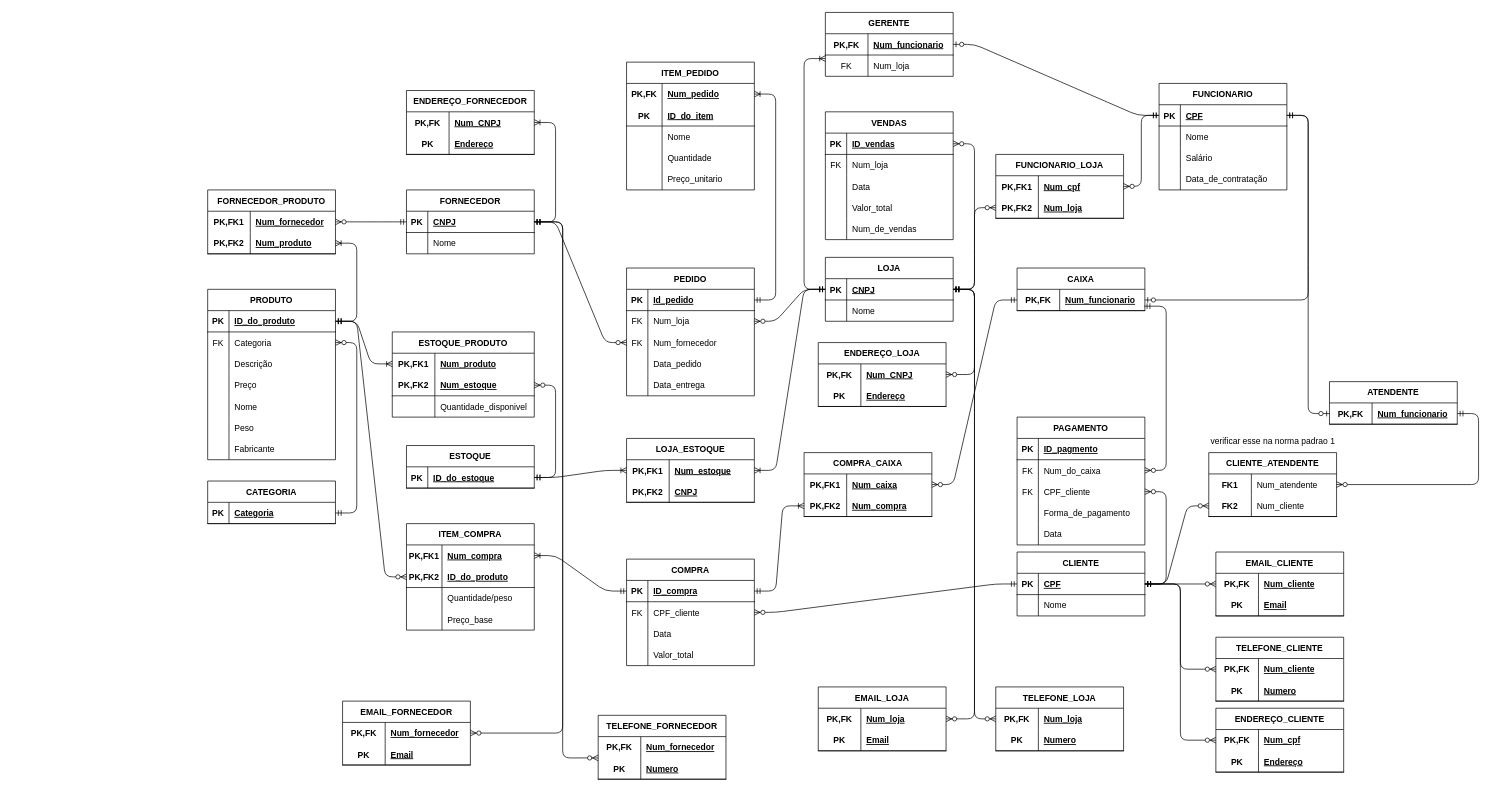
Above: DIagrama_re.drawio in MarcosWillianAP1K/Trabai-de-BD (draw.io), before the change. Source tidied: cells renumbered, new cells numbered last; positions are measured from the earlier drawing's top-left corner, leaving out a move shared by most shapes. Both pictures are drawn from the tidied source at 71%, with x=0, y=0 at pixel (207, 12).
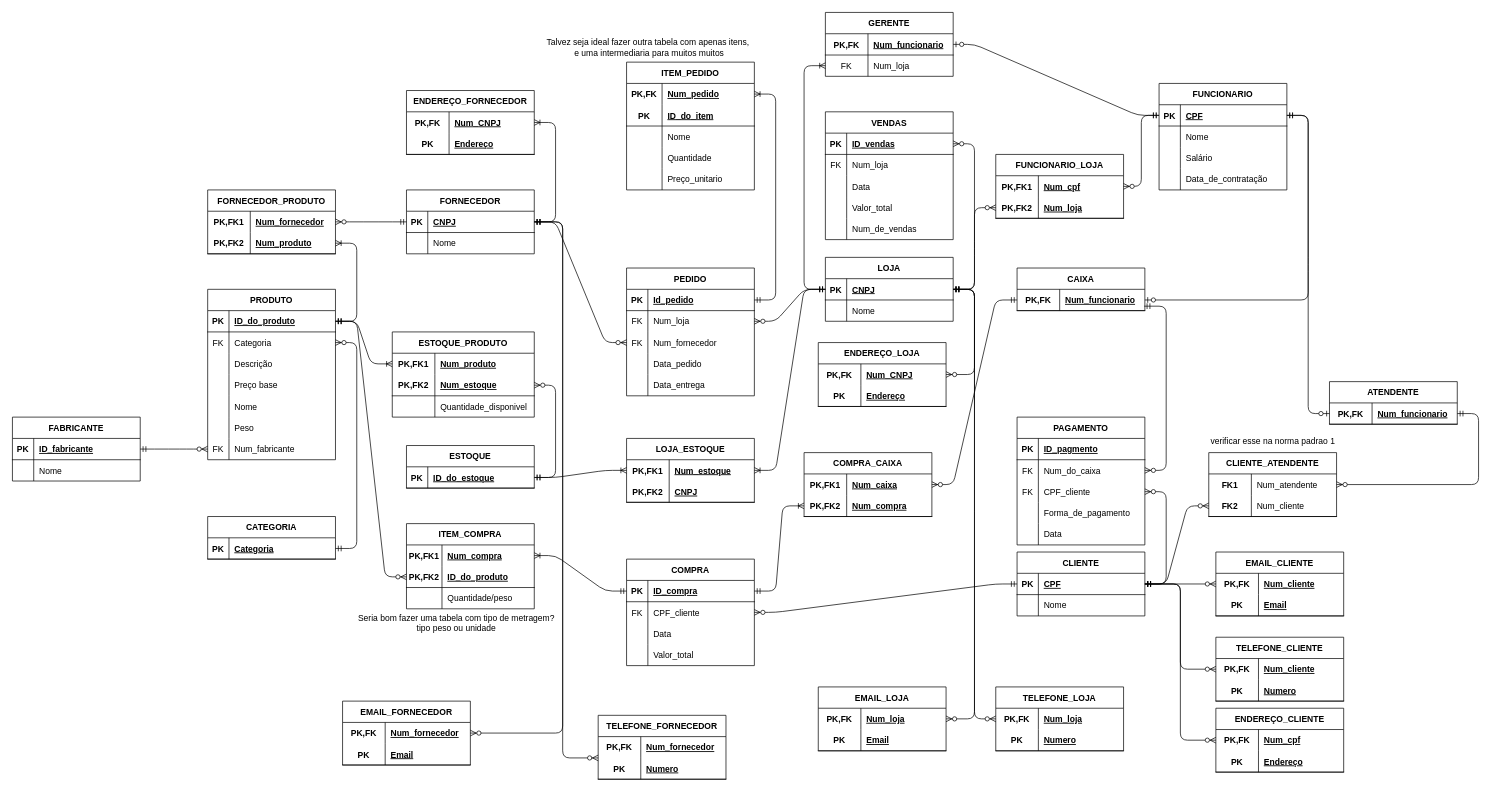
The same page after the edit.

Unchanged cells that the change refers to:
```xml
<mxCell id="3" style="shape=tableRow;horizontal=0;startSize=0;swimlaneHead=0;swimlaneBody=0;fillColor=none;points=[[0,0.5],[1,0.5]];portConstraint=eastwest;top=0;left=0;right=0;bottom=1;" parent="2" vertex="1">
  <mxGeometry y="30" width="180" height="30" as="geometry" />
</mxCell>
<mxCell id="72" style="shape=tableRow;horizontal=0;startSize=0;swimlaneHead=0;swimlaneBody=0;fillColor=none;top=0;left=0;right=0;bottom=0;" parent="62" vertex="1">
  <mxGeometry y="120" width="180" height="30" as="geometry" />
</mxCell>
<mxCell id="81" style="shape=tableRow;horizontal=0;startSize=0;swimlaneHead=0;swimlaneBody=0;fillColor=none;points=[[0,0.5],[1,0.5]];portConstraint=eastwest;top=0;left=0;right=0;bottom=0;" parent="62" vertex="1">
  <mxGeometry y="210" width="180" height="30" as="geometry" />
</mxCell>
<mxCell id="186" style="shape=tableRow;horizontal=0;startSize=0;swimlaneHead=0;swimlaneBody=0;fillColor=none;points=[[0,0.5],[1,0.5]];portConstraint=eastwest;top=0;left=0;right=0;bottom=0;" parent="182" vertex="1">
  <mxGeometry y="60" width="180" height="30" as="geometry" />
</mxCell>
```

Diff of the diagram source:
```diff
@@
-    <mxCell id="74" value="Preço" style="shape=partialRectangle;fillColor=none;top=0;left=0;bottom=0;right=0;align=left;spacingLeft=6;overflow=hidden;" parent="72" vertex="1">
+    <mxCell id="74" value="Preço base" style="shape=partialRectangle;fillColor=none;top=0;left=0;bottom=0;right=0;align=left;spacingLeft=6;overflow=hidden;" parent="72" vertex="1">
       <mxGeometry x="30" width="150" height="30" as="geometry" />
     </mxCell>
@@
-    <mxCell id="82" style="shape=partialRectangle;fillColor=none;top=0;left=0;bottom=0;right=0;overflow=hidden;" parent="81" vertex="1">
+    <mxCell id="82" value="FK" style="shape=partialRectangle;fillColor=none;top=0;left=0;bottom=0;right=0;overflow=hidden;" parent="81" vertex="1">
       <mxGeometry width="30" height="30" as="geometry" />
     </mxCell>
-    <mxCell id="83" value="Fabricante" style="shape=partialRectangle;fillColor=none;top=0;left=0;bottom=0;right=0;align=left;spacingLeft=6;overflow=hidden;" parent="81" vertex="1">
+    <mxCell id="83" value="Num_fabricante" style="shape=partialRectangle;fillColor=none;top=0;left=0;bottom=0;right=0;align=left;spacingLeft=6;overflow=hidden;" parent="81" vertex="1">
       <mxGeometry x="30" width="150" height="30" as="geometry" />
     </mxCell>
     <mxCell id="84" value="CATEGORIA" style="shape=table;startSize=30;childLayout=tableLayout;rowLines=0;fontStyle=1;align=center;" parent="1" vertex="1">
-      <mxGeometry y="660" width="180" height="60" as="geometry" />
+      <mxGeometry y="710" width="180" height="60" as="geometry" />
     </mxCell>
@@
     <mxCell id="116" value="ITEM_COMPRA" style="shape=table;startSize=30;childLayout=tableLayout;rowLines=0;fontStyle=1;align=center;" parent="1" vertex="1">
-      <mxGeometry x="280" y="720" width="180" height="150" as="geometry" />
+      <mxGeometry x="280" y="720" width="180" height="120" as="geometry" />
     </mxCell>
@@
-    <mxCell id="126" style="shape=tableRow;horizontal=0;startSize=0;swimlaneHead=0;swimlaneBody=0;fillColor=none;top=0;left=0;right=0;bottom=0;" parent="116" vertex="1">
-      <mxGeometry y="120" width="180" height="30" as="geometry" />
-    </mxCell>
-    <mxCell id="127" style="shape=partialRectangle;fillColor=none;top=0;left=0;bottom=0;right=0;overflow=hidden;" parent="126" vertex="1">
-      <mxGeometry width="50" height="30" as="geometry" />
-    </mxCell>
-    <mxCell id="128" value="Preço_base" style="shape=partialRectangle;fillColor=none;top=0;left=0;bottom=0;right=0;align=left;spacingLeft=6;overflow=hidden;" parent="126" vertex="1">
-      <mxGeometry x="50" width="130" height="30" as="geometry" />
-    </mxCell>
@@
     <mxCell id="237" style="edgeStyle=orthogonalEdgeStyle;fontSize=12;html=1;endArrow=ERoneToMany;startArrow=ERmandOne;exitX=0;exitY=0.5;exitDx=0;exitDy=0;" parent="1" edge="1" source="3" target="186">
       <mxGeometry relative="1" as="geometry">
         <Array as="points">
           <mxPoint x="840" y="390" />
-          <mxPoint x="840" y="65" />
+          <mxPoint x="840" y="75" />
         </Array>
       </mxGeometry>
     </mxCell>
@@
+    <mxCell id="315" value="FABRICANTE" style="shape=table;startSize=30;childLayout=tableLayout;rowLines=0;fontStyle=1;align=center;" parent="1" vertex="1">
+      <mxGeometry x="-275" y="570" width="180" height="90" as="geometry" />
+    </mxCell>
+    <mxCell id="316" style="shape=tableRow;horizontal=0;startSize=0;swimlaneHead=0;swimlaneBody=0;fillColor=none;points=[[0,0.5],[1,0.5]];portConstraint=eastwest;top=0;left=0;right=0;bottom=1;" parent="315" vertex="1">
+      <mxGeometry y="30" width="180" height="30" as="geometry" />
+    </mxCell>
+    <mxCell id="317" value="PK" style="shape=partialRectangle;fillColor=none;top=0;left=0;bottom=0;right=0;fontStyle=1;overflow=hidden;" parent="316" vertex="1">
+      <mxGeometry width="30" height="30" as="geometry" />
+    </mxCell>
+    <mxCell id="318" value="ID_fabricante" style="shape=partialRectangle;fillColor=none;top=0;left=0;bottom=0;right=0;align=left;spacingLeft=6;fontStyle=5;overflow=hidden;" parent="316" vertex="1">
+      <mxGeometry x="30" width="150" height="30" as="geometry" />
+    </mxCell>
+    <mxCell id="319" style="shape=tableRow;horizontal=0;startSize=0;swimlaneHead=0;swimlaneBody=0;fillColor=none;top=0;left=0;right=0;bottom=0;" parent="315" vertex="1">
+      <mxGeometry y="60" width="180" height="30" as="geometry" />
+    </mxCell>
+    <mxCell id="320" style="shape=partialRectangle;fillColor=none;top=0;left=0;bottom=0;right=0;overflow=hidden;" parent="319" vertex="1">
+      <mxGeometry width="30" height="30" as="geometry" />
+    </mxCell>
+    <mxCell id="321" value="Nome" style="shape=partialRectangle;fillColor=none;top=0;left=0;bottom=0;right=0;align=left;spacingLeft=6;overflow=hidden;" parent="319" vertex="1">
+      <mxGeometry x="30" width="150" height="30" as="geometry" />
+    </mxCell>
+    <mxCell id="322" style="edgeStyle=entityRelationEdgeStyle;fontSize=12;html=1;endArrow=ERzeroToMany;startArrow=ERmandOne;" parent="1" edge="1" source="316" target="81">
+      <mxGeometry relative="1" as="geometry" />
+    </mxCell>
+    <mxCell id="323" value="Seria bom fazer uma tabela com tipo de metragem?&lt;br&gt;tipo peso ou unidade" style="text;html=1;align=center;verticalAlign=middle;strokeColor=none;fillColor=none;" parent="1" vertex="1">
+      <mxGeometry x="200" y="840" width="300" height="40" as="geometry" />
+    </mxCell>
+    <mxCell id="324" value="Talvez seja ideal fazer outra tabela com apenas itens,&lt;br&gt;&amp;nbsp;e uma intermediaria para muitos muitos" style="text;html=1;align=center;verticalAlign=middle;strokeColor=none;fillColor=none;" parent="1" vertex="1">
+      <mxGeometry x="465" y="30" width="310" height="40" as="geometry" />
+    </mxCell>
```
